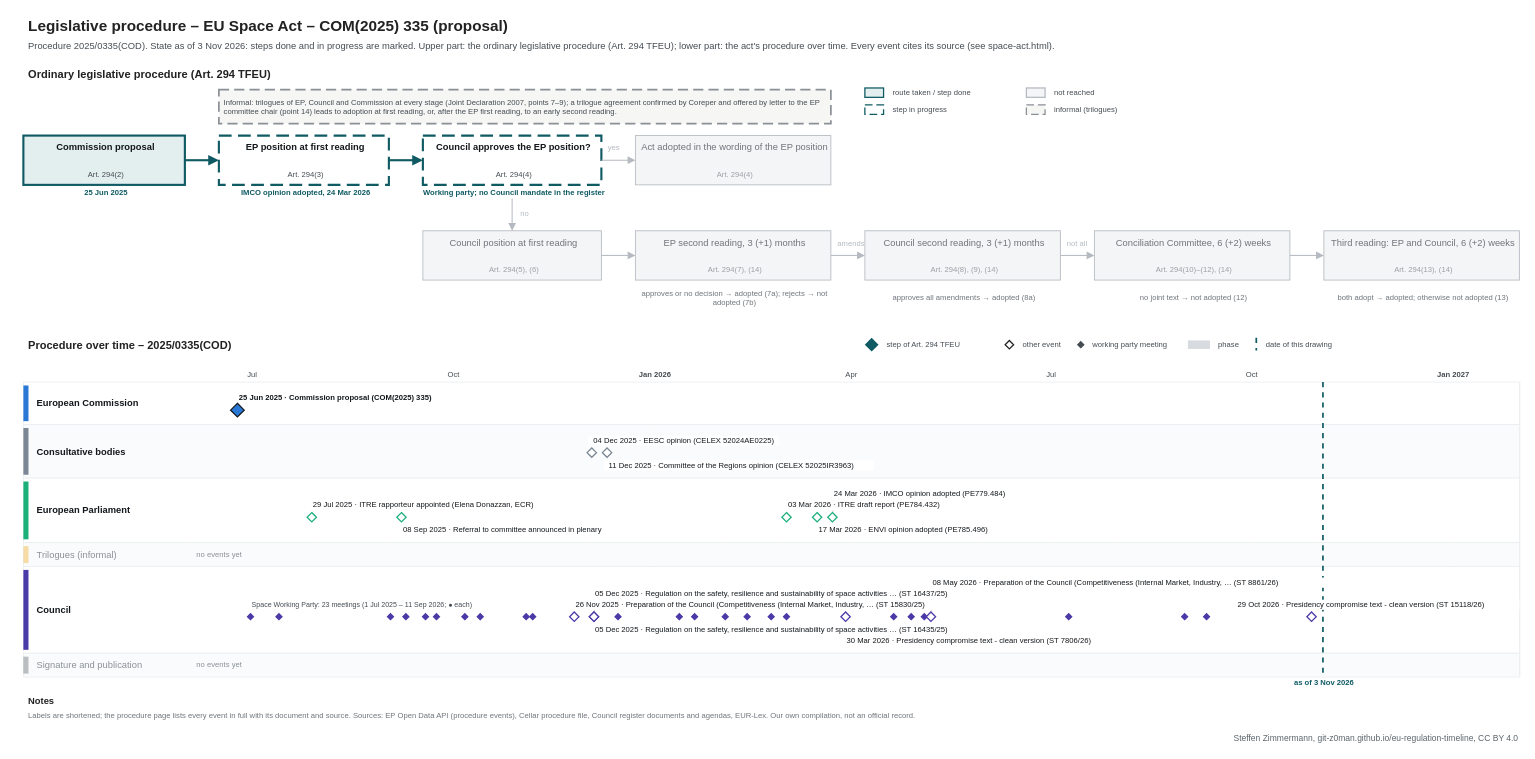
Above: procedures/space-act.drawio in git-z0man/eu-regulation-timeline (draw.io), before the change. Source tidied: cells renumbered, new cells numbered last; positions are measured from the earlier drawing's top-left corner, leaving out a move shared by most shapes. Both pictures are drawn from the tidied source at 85%, with x=0, y=0 at pixel (14, 14).
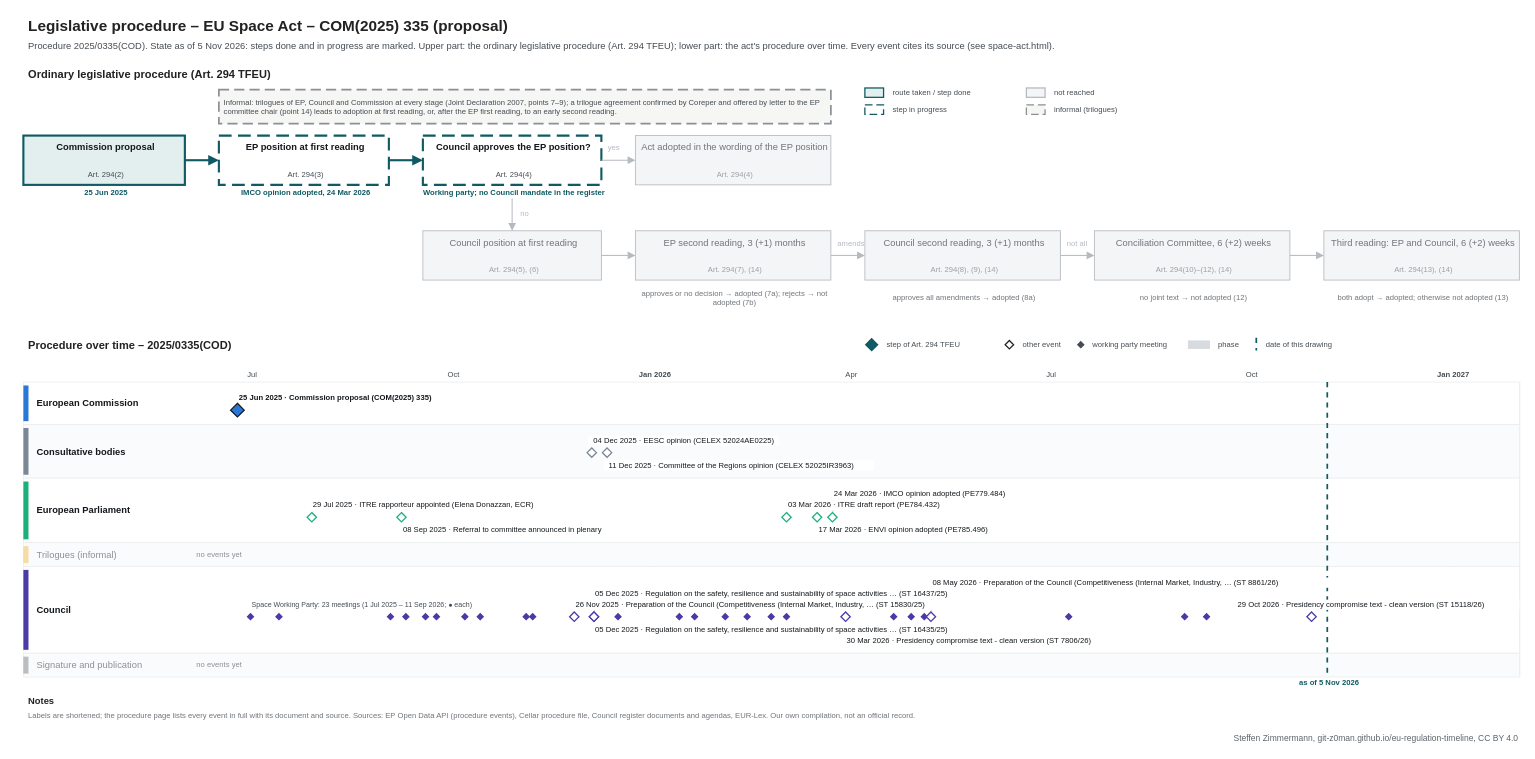
Above is the later version.

Change to the diagram source:
```diff
@@
-    <mxCell id="3" value="Procedure 2025/0335(COD). State as of 3 Nov 2026: steps done and in progress are marked. Upper part: the ordinary legislative procedure (Art. 294 TFEU); lower part: the act's procedure over time. Every event cites its source (see space-act.html)." style="text;html=1;fontSize=11;fontColor=#454c53;align=left;verticalAlign=middle;spacingLeft=4;" parent="1" vertex="1">
+    <mxCell id="3" value="Procedure 2025/0335(COD). State as of 5 Nov 2026: steps done and in progress are marked. Upper part: the ordinary legislative procedure (Art. 294 TFEU); lower part: the act's procedure over time. Every event cites its source (see space-act.html)." style="text;html=1;fontSize=11;fontColor=#454c53;align=left;verticalAlign=middle;spacingLeft=4;" parent="1" vertex="1">
       <mxGeometry x="10" y="28" width="1700" height="18" as="geometry" />
     </mxCell>
@@
     <mxCell id="120" style="line;html=1;strokeWidth=2;strokeColor=#0f5a63;direction=south;dashed=1;" parent="1" vertex="1">
-      <mxGeometry x="1538.4" y="432" width="1" height="347" as="geometry" />
+      <mxGeometry x="1543.5" y="432" width="1" height="347" as="geometry" />
     </mxCell>
-    <mxCell id="121" value="as of 3 Nov 2026" style="text;html=1;fontSize=9;fontColor=#0f5a63;align=center;verticalAlign=middle;spacingLeft=4;fontStyle=1;" parent="1" vertex="1">
-      <mxGeometry x="1478.4" y="780" width="120" height="12" as="geometry" />
+    <mxCell id="121" value="as of 5 Nov 2026" style="text;html=1;fontSize=9;fontColor=#0f5a63;align=center;verticalAlign=middle;spacingLeft=4;fontStyle=1;" parent="1" vertex="1">
+      <mxGeometry x="1483.5" y="780" width="120" height="12" as="geometry" />
     </mxCell>
```
